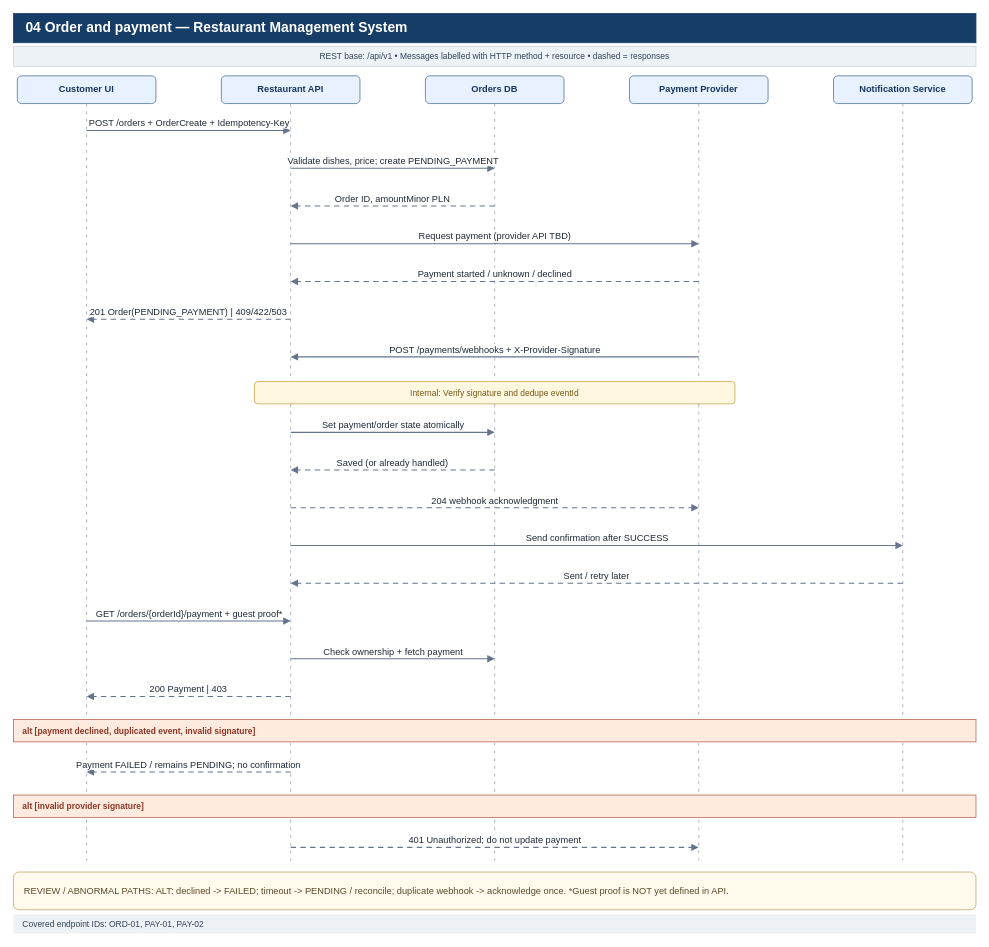
Above: page "04 Order and payment" (4 of 10) of Sequence Diagrams/restaurant-sequences.drawio in Lukap42/SWE1_Project (draw.io), before the change. Source tidied: cells renumbered, new cells numbered last; positions are measured from the earlier drawing's top-left corner, leaving out a move shared by most shapes. Both pictures are drawn from the tidied source at 77%, with x=0, y=0 at pixel (13, 13).
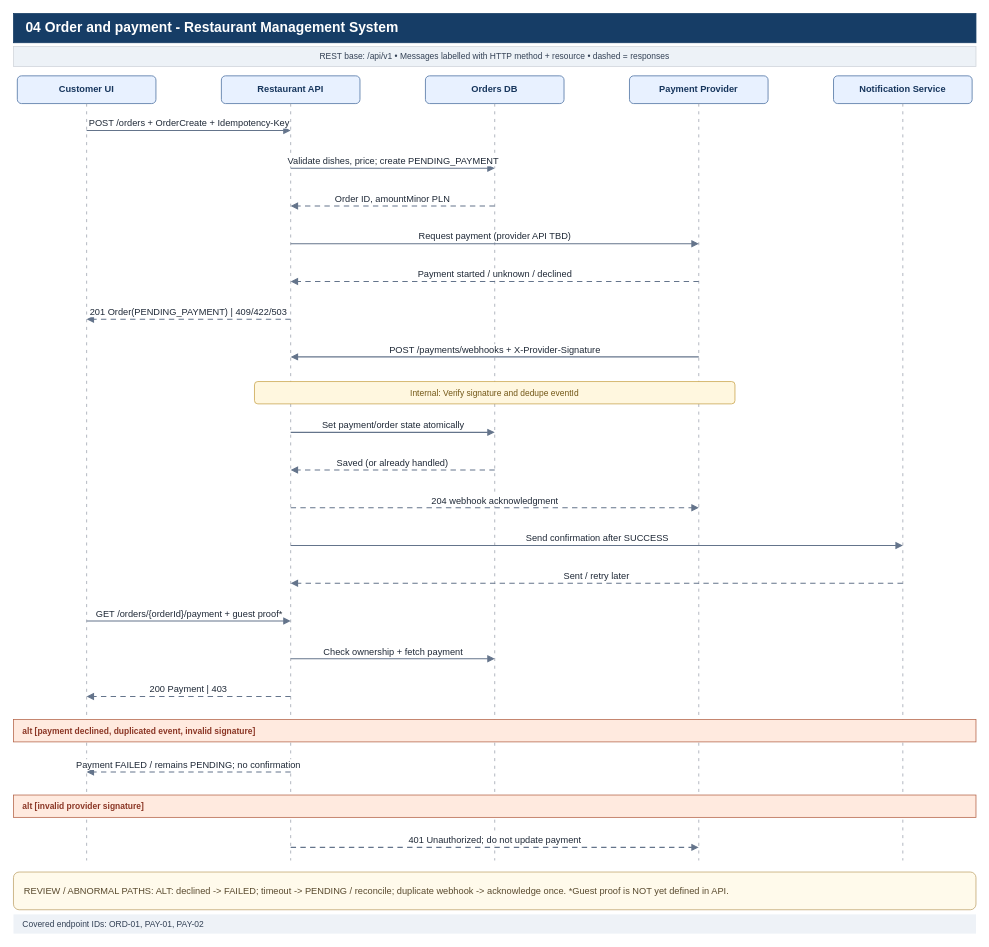
After the change.

The edit, as a diff of the source:
```diff
@@
-    <mxCell id="2" value="04 Order and payment — Restaurant Management System" style="rounded=0;whiteSpace=wrap;html=1;fillColor=#163d66;strokeColor=#163d66;fontColor=#ffffff;fontStyle=1;fontSize=18;align=left;spacingLeft=14;" parent="1" vertex="1">
+    <mxCell id="2" value="04 Order and payment - Restaurant Management System" style="rounded=0;whiteSpace=wrap;html=1;fillColor=#163d66;strokeColor=#163d66;fontColor=#ffffff;fontStyle=1;fontSize=18;align=left;spacingLeft=14;" parent="1" vertex="1">
       <mxGeometry width="1250" height="38" as="geometry" />
     </mxCell>
```
